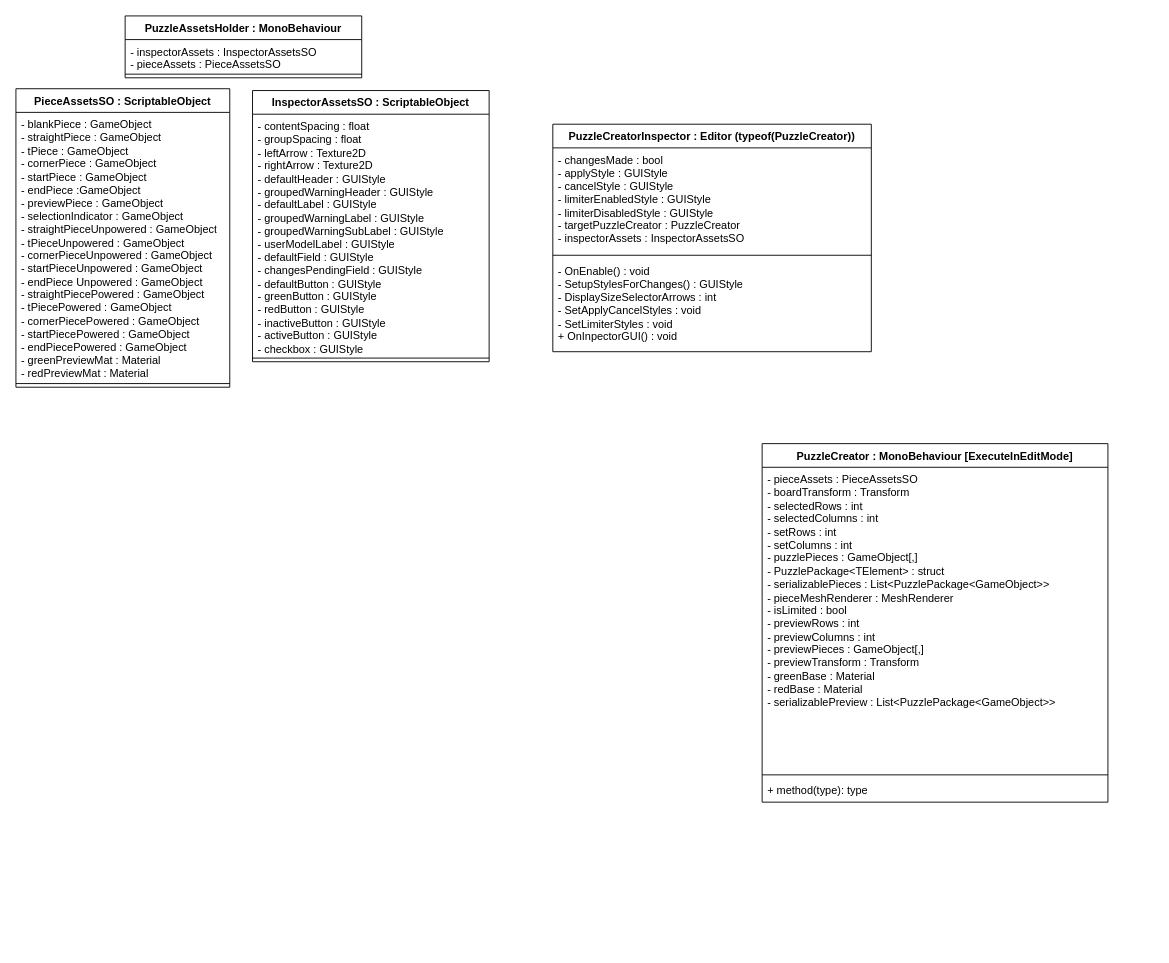
The draw.io diagram CircuitPuzzleDiagram.drawio in RafaelBarbosa1997/Circuit-Puzzle, before the edit. Source tidied: cells renumbered, new cells numbered last; positions are measured from the earlier drawing's top-left corner, leaving out a move shared by most shapes. Both pictures are drawn from the tidied source at 91%, with x=0, y=0 at pixel (15, 15).
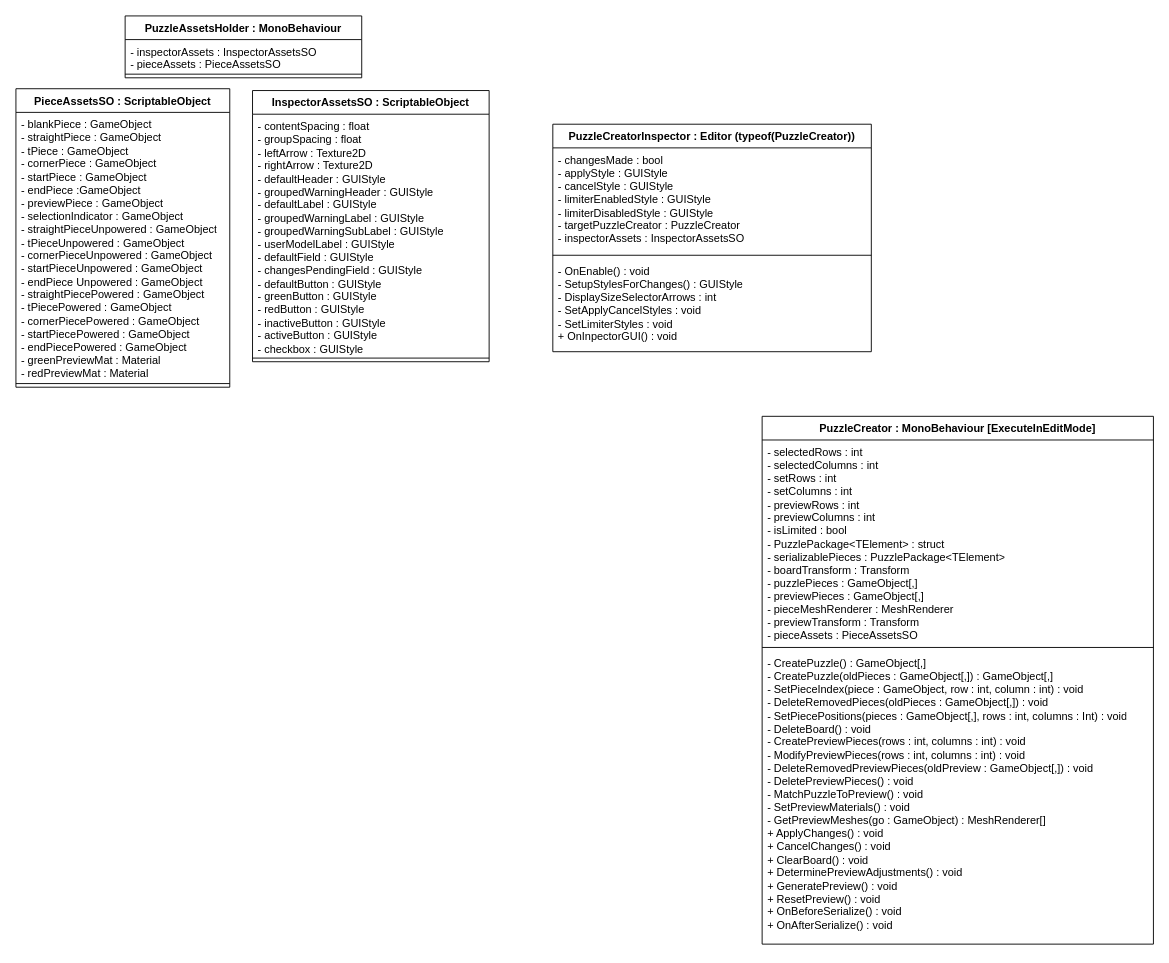
After the change.

Change to the diagram source:
```diff
@@
 <mxGraphModel>
   <root>
     <mxCell id="0" />
     <mxCell id="1" parent="0" />
     <mxCell id="2" value="PuzzleAssetsHolder : MonoBehaviour" style="swimlane;fontStyle=1;align=center;verticalAlign=top;horizontal=1;startSize=26;whiteSpace=wrap;html=1;" parent="1" vertex="1">
       <mxGeometry x="120" width="260" height="68" as="geometry" />
     </mxCell>
     <mxCell id="3" value="- inspectorAssets : InspectorAssetsSO&lt;div&gt;- pieceAssets : PieceAssetsSO&lt;/div&gt;" style="text;strokeColor=none;fillColor=none;align=left;verticalAlign=top;spacingLeft=4;spacingRight=4;overflow=hidden;whiteSpace=wrap;html=1;" parent="2" vertex="1">
       <mxGeometry y="26" width="260" height="34" as="geometry" />
     </mxCell>
     <mxCell id="4" style="line;strokeWidth=1;fillColor=none;align=left;verticalAlign=middle;spacingTop=-1;spacingLeft=3;spacingRight=3;labelPosition=right;strokeColor=inherit;" parent="2" vertex="1">
       <mxGeometry y="60" width="260" height="8" as="geometry" />
     </mxCell>
     <mxCell id="5" value="PieceAssetsSO : ScriptableObject" style="swimlane;fontStyle=1;align=center;verticalAlign=top;horizontal=1;startSize=26;whiteSpace=wrap;html=1;" parent="1" vertex="1">
       <mxGeometry y="80" width="235" height="328" as="geometry" />
     </mxCell>
     <mxCell id="6" value="- blankPiece : GameObject&lt;div&gt;- straightPiece : GameObject&lt;/div&gt;&lt;div&gt;- tPiece : GameObject&lt;/div&gt;&lt;div&gt;- cornerPiece : GameObject&lt;/div&gt;&lt;div&gt;- startPiece : GameObject&lt;/div&gt;&lt;div&gt;- endPiece :GameObject&lt;/div&gt;&lt;div&gt;- previewPiece : GameObject&lt;/div&gt;&lt;div&gt;- selectionIndicator : GameObject&lt;/div&gt;&lt;div&gt;- straightPieceUnpowered : GameObject&lt;/div&gt;&lt;div&gt;- tPieceUnpowered : GameObject&lt;/div&gt;&lt;div&gt;- cornerPieceUnpowered : GameObject&lt;/div&gt;&lt;div&gt;- startPieceUnpowered : GameObject&lt;/div&gt;&lt;div&gt;- endPiece Unpowered : GameObject&lt;/div&gt;&lt;div&gt;- straightPiecePowered : GameObject&lt;/div&gt;&lt;div&gt;- tPiecePowered : GameObject&lt;/div&gt;&lt;div&gt;- cornerPiecePowered : GameObject&lt;/div&gt;&lt;div&gt;- startPiecePowered : GameObject&lt;/div&gt;&lt;div&gt;- endPiecePowered : GameObject&lt;/div&gt;&lt;div&gt;- greenPreviewMat : Material&lt;/div&gt;&lt;div&gt;- redPreviewMat : Material&lt;/div&gt;" style="text;strokeColor=none;fillColor=none;align=left;verticalAlign=top;spacingLeft=4;spacingRight=4;overflow=hidden;whiteSpace=wrap;html=1;" parent="5" vertex="1">
       <mxGeometry y="26" width="235" height="294" as="geometry" />
     </mxCell>
     <mxCell id="7" style="line;strokeWidth=1;fillColor=none;align=left;verticalAlign=middle;spacingTop=-1;spacingLeft=3;spacingRight=3;labelPosition=right;strokeColor=inherit;" parent="5" vertex="1">
       <mxGeometry y="320" width="235" height="8" as="geometry" />
     </mxCell>
     <mxCell id="8" value="InspectorAssetsSO : ScriptableObject" style="swimlane;fontStyle=1;align=center;verticalAlign=top;horizontal=1;startSize=26;whiteSpace=wrap;html=1;" parent="1" vertex="1">
       <mxGeometry x="260" y="82" width="260" height="298" as="geometry" />
     </mxCell>
     <mxCell id="9" value="&lt;div&gt;- contentSpacing : float&lt;/div&gt;&lt;div&gt;- groupSpacing : float&lt;/div&gt;- leftArrow : Texture2D&lt;div&gt;- rightArrow : Texture2D&lt;/div&gt;&lt;div&gt;- defaultHeader : GUIStyle&lt;/div&gt;&lt;div&gt;- groupedWarningHeader : GUIStyle&lt;/div&gt;&lt;div&gt;- defaultLabel : GUIStyle&lt;/div&gt;&lt;div&gt;- groupedWarningLabel : GUIStyle&lt;/div&gt;&lt;div&gt;- groupedWarningSubLabel : GUIStyle&lt;/div&gt;&lt;div&gt;- userModelLabel : GUIStyle&lt;/div&gt;&lt;div&gt;- defaultField : GUIStyle&lt;/div&gt;&lt;div&gt;- changesPendingField : GUIStyle&lt;/div&gt;&lt;div&gt;- defaultButton : GUIStyle&lt;/div&gt;&lt;div&gt;- greenButton : GUIStyle&lt;/div&gt;&lt;div&gt;- redButton : GUIStyle&lt;/div&gt;&lt;div&gt;- inactiveButton : GUIStyle&lt;/div&gt;&lt;div&gt;- activeButton : GUIStyle&lt;/div&gt;&lt;div&gt;- checkbox : GUIStyle&lt;/div&gt;" style="text;strokeColor=none;fillColor=none;align=left;verticalAlign=top;spacingLeft=4;spacingRight=4;overflow=hidden;whiteSpace=wrap;html=1;" parent="8" vertex="1">
       <mxGeometry y="26" width="260" height="264" as="geometry" />
     </mxCell>
     <mxCell id="10" style="line;strokeWidth=1;fillColor=none;align=left;verticalAlign=middle;spacingTop=-1;spacingLeft=3;spacingRight=3;labelPosition=right;strokeColor=inherit;" parent="8" vertex="1">
       <mxGeometry y="290" width="260" height="8" as="geometry" />
     </mxCell>
     <mxCell id="11" value="PuzzleCreatorInspector : Editor (typeof(PuzzleCreator))" style="swimlane;fontStyle=1;align=center;verticalAlign=top;horizontal=1;startSize=26;whiteSpace=wrap;html=1;" parent="1" vertex="1">
       <mxGeometry x="590" y="119" width="350" height="250" as="geometry" />
     </mxCell>
     <mxCell id="12" value="&lt;div&gt;- changesMade : bool&lt;/div&gt;&lt;div&gt;- applyStyle : GUIStyle&lt;/div&gt;&lt;div&gt;- cancelStyle : GUIStyle&lt;/div&gt;&lt;div&gt;- limiterEnabledStyle : GUIStyle&lt;/div&gt;&lt;div&gt;- limiterDisabledStyle : GUIStyle&lt;/div&gt;- targetPuzzleCreator : PuzzleCreator&lt;div&gt;- inspectorAssets : InspectorAssetsSO&lt;/div&gt;&lt;div&gt;&lt;br&gt;&lt;/div&gt;" style="text;strokeColor=none;fillColor=none;align=left;verticalAlign=top;spacingLeft=4;spacingRight=4;overflow=hidden;whiteSpace=wrap;html=1;" parent="11" vertex="1">
       <mxGeometry y="26" width="350" height="114" as="geometry" />
     </mxCell>
     <mxCell id="13" style="line;strokeWidth=1;fillColor=none;align=left;verticalAlign=middle;spacingTop=-1;spacingLeft=3;spacingRight=3;labelPosition=right;strokeColor=inherit;" parent="11" vertex="1">
       <mxGeometry y="140" width="350" height="8" as="geometry" />
     </mxCell>
     <mxCell id="14" value="&lt;div&gt;- OnEnable() : void&lt;/div&gt;&lt;div&gt;- SetupStylesForChanges() : GUIStyle&lt;/div&gt;&lt;div&gt;- DisplaySizeSelectorArrows : int&lt;/div&gt;&lt;div&gt;- SetApplyCancelStyles : void&lt;/div&gt;&lt;div&gt;- SetLimiterStyles : void&lt;/div&gt;+ OnInpectorGUI() : void" style="text;strokeColor=none;fillColor=none;align=left;verticalAlign=top;spacingLeft=4;spacingRight=4;overflow=hidden;whiteSpace=wrap;html=1;" parent="11" vertex="1">
       <mxGeometry y="148" width="350" height="102" as="geometry" />
     </mxCell>
     <mxCell id="15" value="PuzzleCreator : MonoBehaviour [ExecuteInEditMode]" style="swimlane;fontStyle=1;align=center;verticalAlign=top;horizontal=1;startSize=26;whiteSpace=wrap;html=1;" parent="1" vertex="1">
-      <mxGeometry x="820" y="470" width="380" height="394" as="geometry" />
+      <mxGeometry x="820" y="440" width="430" height="580" as="geometry" />
     </mxCell>
-    <mxCell id="16" value="- pieceAssets : PieceAssetsSO&lt;div&gt;- boardTransform : Transform&lt;/div&gt;&lt;div&gt;- selectedRows : int&lt;/div&gt;&lt;div&gt;- selectedColumns : int&lt;/div&gt;&lt;div&gt;- setRows : int&lt;/div&gt;&lt;div&gt;- setColumns : int&lt;/div&gt;&lt;div&gt;&lt;span style=&quot;background-color: initial;&quot;&gt;- puzzlePieces : GameObject[,]&lt;/span&gt;&lt;br&gt;&lt;/div&gt;&lt;div&gt;&lt;div&gt;- PuzzlePackage&amp;lt;TElement&amp;gt; : struct&lt;/div&gt;&lt;/div&gt;&lt;div&gt;- serializablePieces : List&amp;lt;PuzzlePackage&amp;lt;GameObject&amp;gt;&amp;gt;&lt;/div&gt;&lt;div&gt;&lt;span style=&quot;background-color: initial;&quot;&gt;- pieceMeshRenderer : MeshRenderer&lt;/span&gt;&lt;br&gt;&lt;/div&gt;&lt;div&gt;- isLimited : bool&lt;/div&gt;&lt;div&gt;&lt;span style=&quot;background-color: initial;&quot;&gt;- previewRows : int&lt;/span&gt;&lt;br&gt;&lt;/div&gt;&lt;div&gt;- previewColumns : int&lt;/div&gt;&lt;div&gt;- previewPieces : GameObject[,]&lt;/div&gt;&lt;div&gt;- previewTransform : Transform&lt;/div&gt;&lt;div&gt;- greenBase : Material&lt;/div&gt;&lt;div&gt;- redBase : Material&lt;/div&gt;&lt;div&gt;- serializablePreview : List&amp;lt;PuzzlePackage&amp;lt;GameObject&amp;gt;&amp;gt;&lt;/div&gt;" style="text;strokeColor=none;fillColor=none;align=left;verticalAlign=top;spacingLeft=4;spacingRight=4;overflow=hidden;whiteSpace=wrap;html=1;" parent="15" vertex="1">
-      <mxGeometry y="26" width="380" height="334" as="geometry" />
+    <mxCell id="16" value="- selectedRows : int&lt;div&gt;- selectedColumns : int&lt;/div&gt;&lt;div&gt;- setRows : int&lt;/div&gt;&lt;div&gt;- setColumns : int&lt;/div&gt;&lt;div&gt;- previewRows : int&lt;/div&gt;&lt;div&gt;- previewColumns : int&lt;/div&gt;&lt;div&gt;- isLimited : bool&lt;/div&gt;&lt;div&gt;- PuzzlePackage&amp;lt;TElement&amp;gt; : struct&lt;/div&gt;&lt;div&gt;- serializablePieces : PuzzlePackage&amp;lt;TElement&amp;gt;&lt;/div&gt;&lt;div&gt;- boardTransform : Transform&lt;/div&gt;&lt;div&gt;- puzzlePieces : GameObject[,]&lt;/div&gt;&lt;div&gt;- previewPieces : GameObject[,]&lt;/div&gt;&lt;div&gt;- pieceMeshRenderer : MeshRenderer&lt;/div&gt;&lt;div&gt;- previewTransform : Transform&lt;/div&gt;&lt;div&gt;- pieceAssets : PieceAssetsSO&lt;/div&gt;" style="text;strokeColor=none;fillColor=none;align=left;verticalAlign=top;spacingLeft=4;spacingRight=4;overflow=hidden;whiteSpace=wrap;html=1;" parent="15" vertex="1">
+      <mxGeometry y="26" width="430" height="224" as="geometry" />
     </mxCell>
     <mxCell id="17" style="line;strokeWidth=1;fillColor=none;align=left;verticalAlign=middle;spacingTop=-1;spacingLeft=3;spacingRight=3;labelPosition=right;strokeColor=inherit;" parent="15" vertex="1">
-      <mxGeometry y="360" width="380" height="8" as="geometry" />
+      <mxGeometry y="250" width="430" height="8" as="geometry" />
     </mxCell>
-    <mxCell id="18" value="+ method(type): type" style="text;strokeColor=none;fillColor=none;align=left;verticalAlign=top;spacingLeft=4;spacingRight=4;overflow=hidden;whiteSpace=wrap;html=1;" parent="15" vertex="1">
-      <mxGeometry y="368" width="380" height="26" as="geometry" />
+    <mxCell id="18" value="- CreatePuzzle() : GameObject[,]&lt;div&gt;- CreatePuzzle(oldPieces : GameObject[,]) : GameObject[,]&lt;/div&gt;&lt;div&gt;- SetPieceIndex(piece : GameObject, row : int, column : int) : void&lt;/div&gt;&lt;div&gt;- DeleteRemovedPieces(oldPieces : GameObject[,]) : void&lt;/div&gt;&lt;div&gt;- SetPiecePositions(pieces : GameObject[,], rows : int, columns : Int) : void&lt;/div&gt;&lt;div&gt;- DeleteBoard() : void&lt;/div&gt;&lt;div&gt;&lt;span style=&quot;background-color: initial;&quot;&gt;- CreatePreviewPieces(rows : int, columns : int) : void&lt;/span&gt;&lt;br&gt;&lt;/div&gt;&lt;div&gt;- ModifyPreviewPieces(rows : int, columns : int) : void&lt;/div&gt;&lt;div&gt;- DeleteRemovedPreviewPieces(oldPreview : GameObject[,]) : void&lt;/div&gt;&lt;div&gt;- DeletePreviewPieces() : void&lt;/div&gt;&lt;div&gt;- MatchPuzzleToPreview() : void&lt;/div&gt;&lt;div&gt;- SetPreviewMaterials() : void&lt;/div&gt;&lt;div&gt;- GetPreviewMeshes(go : GameObject) : MeshRenderer[]&lt;/div&gt;&lt;div&gt;+ ApplyChanges() : void&lt;/div&gt;&lt;div&gt;+ CancelChanges() : void&lt;/div&gt;&lt;div&gt;+ ClearBoard() : void&lt;/div&gt;&lt;div&gt;+ DeterminePreviewAdjustments() : void&lt;/div&gt;&lt;div&gt;+ GeneratePreview() : void&lt;/div&gt;&lt;div&gt;+ ResetPreview() : void&lt;/div&gt;&lt;div&gt;+ OnBeforeSerialize() : void&lt;/div&gt;&lt;div&gt;+ OnAfterSerialize() : void&lt;/div&gt;" style="text;strokeColor=none;fillColor=none;align=left;verticalAlign=top;spacingLeft=4;spacingRight=4;overflow=hidden;whiteSpace=wrap;html=1;" parent="15" vertex="1">
+      <mxGeometry y="258" width="430" height="322" as="geometry" />
     </mxCell>
   </root>
 </mxGraphModel>
```
